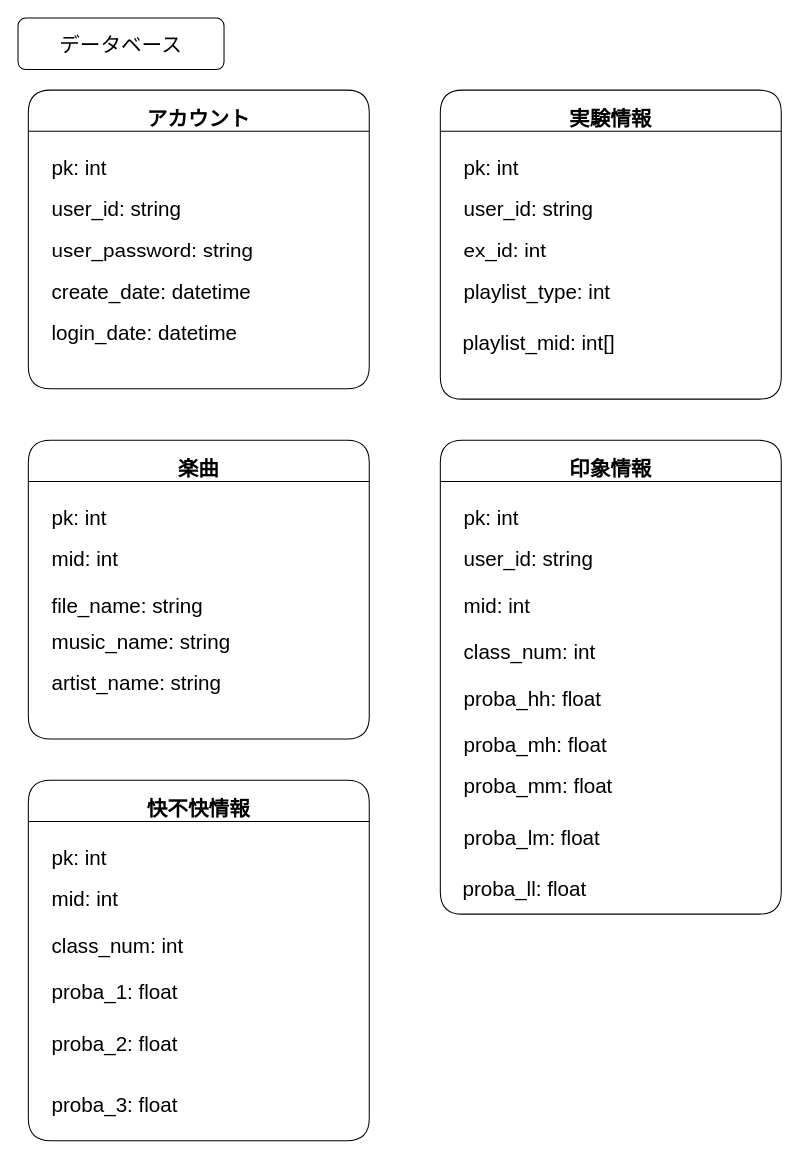
This is page "データベースのテーブル" (5 of 6) of PositiveMoodPlayList.drawio from zumiosan/PositiveMoodPlayList, a draw.io file, before an edit. Source tidied: cells renumbered, new cells numbered last; positions are measured from the earlier drawing's top-left corner, leaving out a move shared by most shapes. Both pictures are drawn from the tidied source at 103%, with x=0, y=0 at pixel (18, 18).
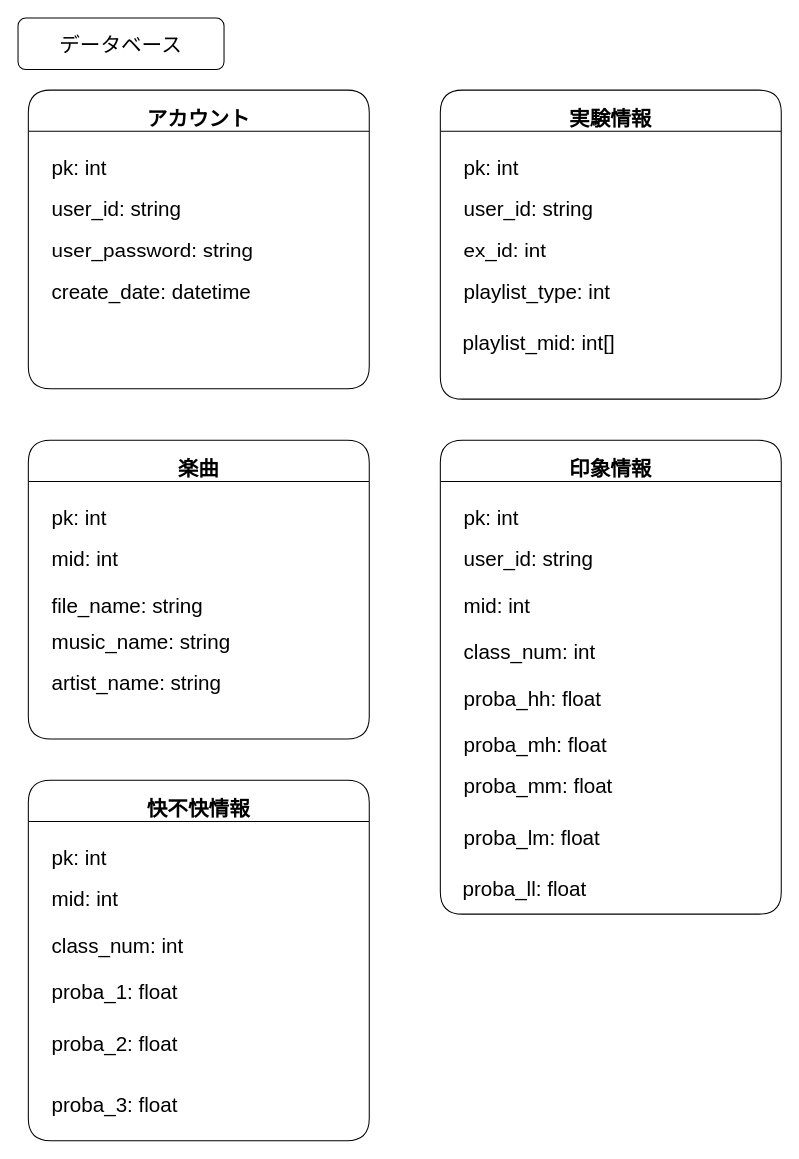
The same diagram, later.

Unchanged cells that the change refers to:
```xml
<mxCell id="3" value="アカウント" style="swimlane;rounded=1;shadow=0;glass=0;fontSize=20;strokeColor=#000000;fillColor=none;verticalAlign=bottom;html=0;startSize=40;arcSize=18;" parent="1" vertex="1">
  <mxGeometry x="10" y="70" width="331" height="290" as="geometry" />
</mxCell>
```

What changed in the source:
```diff
@@
-    <mxCell id="8" value="login_date: datetime" style="text;html=1;strokeColor=none;fillColor=none;align=left;verticalAlign=middle;whiteSpace=wrap;rounded=0;shadow=0;glass=0;fontSize=20;" parent="3" vertex="1">
-      <mxGeometry x="21" y="220" width="249" height="30" as="geometry" />
-    </mxCell>
```
